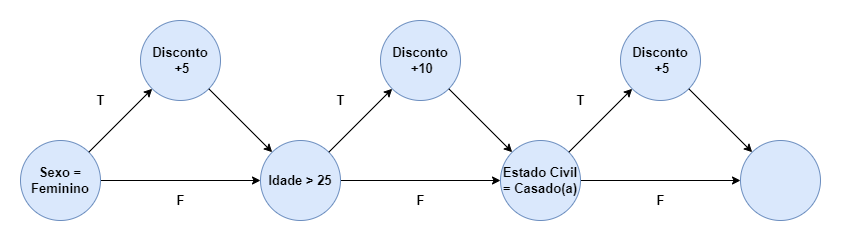
Dener-arx/ts-2021-2 keeps this draw.io diagram as images/Grafo Causa e Efeito.png. Above is the earlier version. Source tidied: cells renumbered, new cells last; positions are measured from the earlier drawing's top-left corner, leaving out a move shared by most shapes.
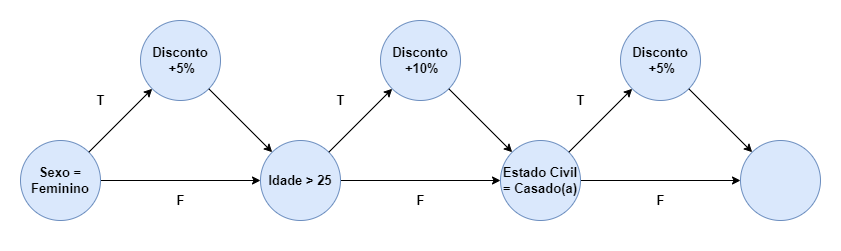
Later version of the same file.

Diff of the diagram source:
```diff
@@ -17,7 +17,7 @@
     <mxCell id="6" value="Idade &amp;gt; 25" style="ellipse;whiteSpace=wrap;html=1;fontStyle=1;fontSize=13;fillColor=#dae8fc;strokeColor=#6c8ebf;" parent="1" vertex="1">
       <mxGeometry x="260" y="140" width="80" height="80" as="geometry" />
     </mxCell>
-    <mxCell id="7" value="Disconto&lt;br&gt;&amp;nbsp;+5" style="ellipse;whiteSpace=wrap;html=1;fontStyle=1;fontSize=13;fillColor=#dae8fc;strokeColor=#6c8ebf;" parent="1" vertex="1">
+    <mxCell id="7" value="Disconto&lt;br&gt;&amp;nbsp;+5%" style="ellipse;whiteSpace=wrap;html=1;fontStyle=1;fontSize=13;fillColor=#dae8fc;strokeColor=#6c8ebf;" parent="1" vertex="1">
       <mxGeometry x="140" y="20" width="80" height="80" as="geometry" />
     </mxCell>
     <mxCell id="8" style="edgeStyle=orthogonalEdgeStyle;rounded=0;jettySize=auto;html=1;fontSize=13;" parent="1" edge="1" source="9" target="10">
@@ -29,10 +29,10 @@
     <mxCell id="10" style="ellipse;whiteSpace=wrap;html=1;fontStyle=1;fontSize=13;fillColor=#dae8fc;strokeColor=#6c8ebf;" parent="1" vertex="1">
       <mxGeometry x="740" y="140" width="80" height="80" as="geometry" />
     </mxCell>
-    <mxCell id="11" value="Disconto&lt;br&gt;&amp;nbsp;+10" style="ellipse;whiteSpace=wrap;html=1;fontStyle=1;fontSize=13;fillColor=#dae8fc;strokeColor=#6c8ebf;" parent="1" vertex="1">
+    <mxCell id="11" value="Disconto&lt;br&gt;&amp;nbsp;+10%" style="ellipse;whiteSpace=wrap;html=1;fontStyle=1;fontSize=13;fillColor=#dae8fc;strokeColor=#6c8ebf;" parent="1" vertex="1">
       <mxGeometry x="380" y="20" width="80" height="80" as="geometry" />
     </mxCell>
-    <mxCell id="12" value="Disconto&lt;br&gt;&amp;nbsp;+5" style="ellipse;whiteSpace=wrap;html=1;fontStyle=1;fontSize=13;fillColor=#dae8fc;strokeColor=#6c8ebf;" parent="1" vertex="1">
+    <mxCell id="12" value="Disconto&lt;br&gt;&amp;nbsp;+5%" style="ellipse;whiteSpace=wrap;html=1;fontStyle=1;fontSize=13;fillColor=#dae8fc;strokeColor=#6c8ebf;" parent="1" vertex="1">
       <mxGeometry x="620" y="20" width="80" height="80" as="geometry" />
     </mxCell>
     <mxCell id="13" style="endArrow=classic;html=1;rounded=0;fontSize=13;exitX=1;exitY=0;exitDx=0;exitDy=0;entryX=0;entryY=1;entryDx=0;entryDy=0;" parent="1" edge="1" source="4" target="7">
```
